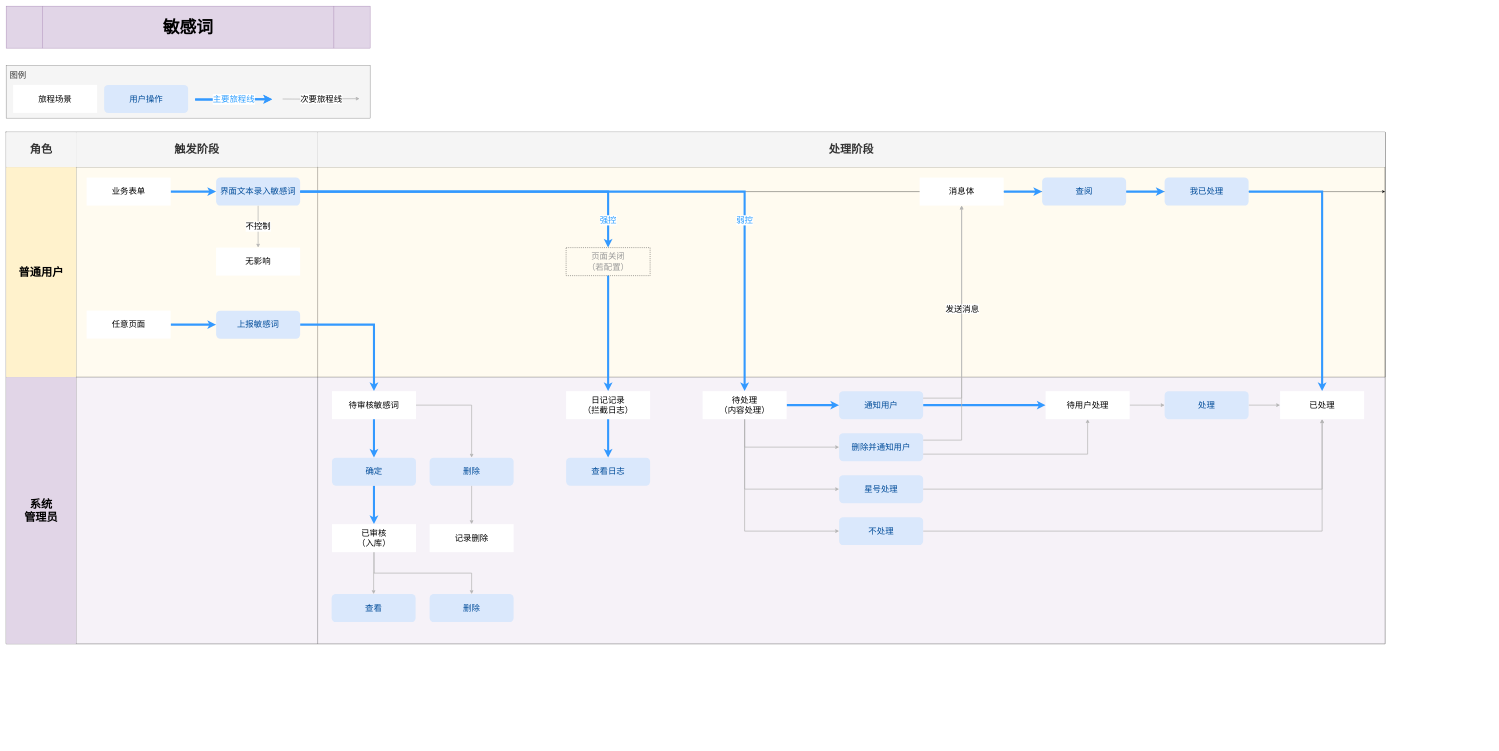
Above: 敏感词.drawio in ottopan/drawforme (draw.io), before the change. Source tidied: cells renumbered, new cells numbered last; positions are measured from the earlier drawing's top-left corner, leaving out a move shared by most shapes. Both pictures are drawn from the tidied source at 35%, with x=0, y=0 at pixel (6, 6).
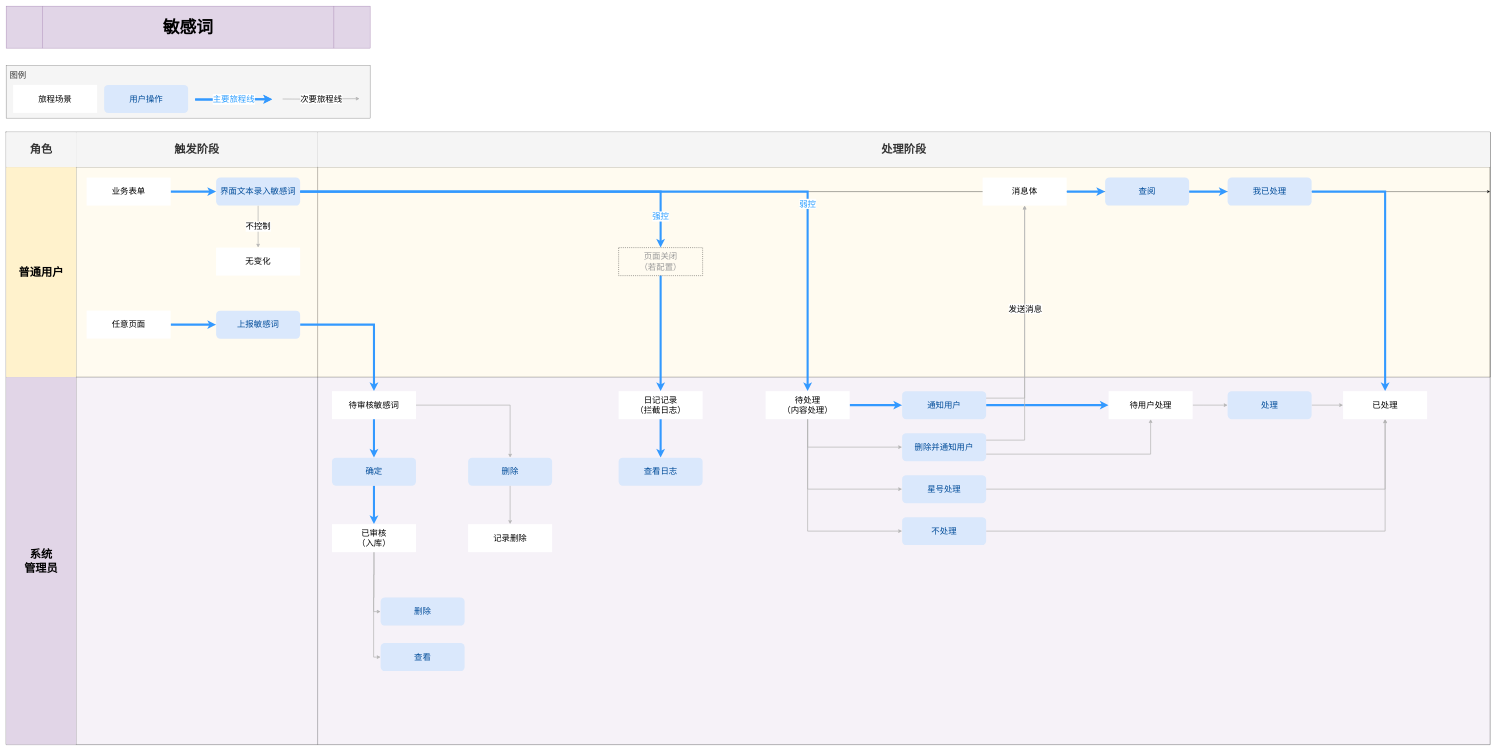
After the change.

Commit message (it also covers changes not shown here):
更新敏感词.drawio

Unchanged cells that the change refers to:
```xml
<mxCell id="43" value="已审核&lt;div&gt;（入库）&lt;/div&gt;" style="rounded=0;whiteSpace=wrap;html=1;fontSize=24;strokeColor=none;" parent="1" vertex="1">
  <mxGeometry x="931" y="1480" width="240" height="80" as="geometry" />
</mxCell>
```

What changed in the source:
```diff
@@
     <mxCell id="8" style="shape=table;startSize=0;childLayout=tableLayout;fontSize=16;" parent="1" vertex="1">
-      <mxGeometry y="360" width="3940" height="1462" as="geometry" />
+      <mxGeometry y="360" width="4240" height="1750" as="geometry" />
     </mxCell>
     <mxCell id="9" style="shape=tableRow;horizontal=0;startSize=0;swimlaneHead=0;swimlaneBody=0;strokeColor=inherit;top=0;left=0;bottom=0;right=0;fillColor=none;fontSize=16;" parent="8" vertex="1">
-      <mxGeometry width="3940" height="100" as="geometry" />
+      <mxGeometry width="4240" height="100" as="geometry" />
     </mxCell>
@@
     <mxCell id="12" value="处理阶段" style="shape=partialRectangle;html=1;whiteSpace=wrap;strokeColor=#666666;overflow=hidden;fillColor=#f5f5f5;top=0;left=0;bottom=0;right=0;fontSize=32;fontStyle=1;fontColor=#333333;" parent="9" vertex="1">
-      <mxGeometry x="890" width="3050" height="100" as="geometry" />
+      <mxGeometry x="890" width="3350" height="100" as="geometry" />
     </mxCell>
     <mxCell id="13" style="shape=tableRow;horizontal=0;startSize=0;swimlaneHead=0;swimlaneBody=0;strokeColor=inherit;top=0;left=0;bottom=0;right=0;fillColor=none;fontSize=16;" parent="8" vertex="1">
-      <mxGeometry y="100" width="3940" height="600" as="geometry" />
+      <mxGeometry y="100" width="4240" height="600" as="geometry" />
     </mxCell>
@@
     <mxCell id="16" style="shape=partialRectangle;html=1;whiteSpace=wrap;strokeColor=#d6b656;overflow=hidden;fillColor=#fff2cc;top=0;left=0;bottom=0;right=0;fontSize=16;fillStyle=auto;fillOpacity=30;" parent="13" vertex="1">
-      <mxGeometry x="890" width="3050" height="600" as="geometry" />
+      <mxGeometry x="890" width="3350" height="600" as="geometry" />
     </mxCell>
     <mxCell id="17" style="whiteSpace=wrap;html=1;fontSize=24;fillColor=#dae8fc;strokeColor=none;fontColor=#004C99;rounded=1;" parent="13" vertex="1">
-      <mxGeometry x="3940" height="600" as="geometry" />
+      <mxGeometry x="4240" height="600" as="geometry" />
     </mxCell>
     <mxCell id="18" style="shape=tableRow;horizontal=0;startSize=0;swimlaneHead=0;swimlaneBody=0;strokeColor=inherit;top=0;left=0;bottom=0;right=0;fillColor=none;fontSize=16;" parent="8" vertex="1">
-      <mxGeometry y="700" width="3940" height="762" as="geometry" />
+      <mxGeometry y="700" width="4240" height="1050" as="geometry" />
     </mxCell>
     <mxCell id="19" value="系统&lt;div&gt;管理员&lt;/div&gt;" style="shape=partialRectangle;html=1;whiteSpace=wrap;strokeColor=#9673a6;overflow=hidden;fillColor=#e1d5e7;top=0;left=0;bottom=0;right=0;fontSize=32;fontStyle=1;" parent="18" vertex="1">
-      <mxGeometry width="200" height="762" as="geometry" />
+      <mxGeometry width="200" height="1050" as="geometry" />
     </mxCell>
     <mxCell id="20" style="shape=partialRectangle;html=1;whiteSpace=wrap;strokeColor=#9673a6;overflow=hidden;fillColor=#e1d5e7;top=0;left=0;bottom=0;right=0;fontSize=16;fillOpacity=30;" parent="18" vertex="1">
-      <mxGeometry x="200" width="690" height="762" as="geometry" />
+      <mxGeometry x="200" width="690" height="1050" as="geometry" />
     </mxCell>
     <mxCell id="21" style="shape=partialRectangle;html=1;whiteSpace=wrap;strokeColor=#9673a6;overflow=hidden;fillColor=#e1d5e7;top=0;left=0;bottom=0;right=0;fontSize=16;fillOpacity=30;" parent="18" vertex="1">
-      <mxGeometry x="890" width="3050" height="762" as="geometry" />
+      <mxGeometry x="890" width="3350" height="1050" as="geometry" />
     </mxCell>
@@
     <mxCell id="30" value="日记记录&lt;div&gt;（拦截日志）&lt;/div&gt;" style="rounded=0;whiteSpace=wrap;html=1;fontSize=24;strokeColor=none;align=center;verticalAlign=middle;fontFamily=Helvetica;fontColor=default;fillColor=default;" parent="1" vertex="1">
-      <mxGeometry x="1600" y="1100" width="240" height="80" as="geometry" />
+      <mxGeometry x="1750" y="1100" width="240" height="80" as="geometry" />
     </mxCell>
     <mxCell id="31" value="查看日志" style="rounded=1;whiteSpace=wrap;html=1;fontSize=24;strokeColor=none;align=center;verticalAlign=middle;fontFamily=Helvetica;fontColor=#004C99;fillColor=#dae8fc;" parent="1" vertex="1">
-      <mxGeometry x="1600" y="1290" width="240" height="80" as="geometry" />
+      <mxGeometry x="1750" y="1290" width="240" height="80" as="geometry" />
     </mxCell>
@@
-    <mxCell id="41" style="edgeStyle=orthogonalEdgeStyle;shape=connector;rounded=0;jettySize=auto;html=1;strokeColor=#B3B3B3;strokeWidth=2;align=center;verticalAlign=middle;fontFamily=Helvetica;fontSize=24;fontColor=default;labelBackgroundColor=default;startFill=1;endArrow=classic;endFill=1;" parent="1" edge="1" source="43" target="47">
+    <mxCell id="41" style="edgeStyle=orthogonalEdgeStyle;shape=connector;rounded=0;jettySize=auto;html=1;strokeColor=#B3B3B3;strokeWidth=2;align=center;verticalAlign=middle;fontFamily=Helvetica;fontSize=24;fontColor=default;labelBackgroundColor=default;startFill=1;endArrow=classic;endFill=1;entryX=0;entryY=0.5;entryDx=0;entryDy=0;" parent="1" edge="1" source="43" target="47">
       <mxGeometry relative="1" as="geometry" />
     </mxCell>
-    <mxCell id="42" style="edgeStyle=orthogonalEdgeStyle;shape=connector;rounded=0;jettySize=auto;html=1;entryX=0.5;entryY=0;entryDx=0;entryDy=0;strokeColor=#B3B3B3;strokeWidth=2;align=center;verticalAlign=middle;fontFamily=Helvetica;fontSize=24;fontColor=default;labelBackgroundColor=default;startFill=1;endArrow=classic;endFill=1;exitX=0.5;exitY=1;exitDx=0;exitDy=0;" parent="1" edge="1" source="43" target="48">
+    <mxCell id="42" style="edgeStyle=orthogonalEdgeStyle;shape=connector;rounded=0;jettySize=auto;html=1;entryX=0;entryY=0.5;entryDx=0;entryDy=0;strokeColor=#B3B3B3;strokeWidth=2;align=center;verticalAlign=middle;fontFamily=Helvetica;fontSize=24;fontColor=default;labelBackgroundColor=default;startFill=1;endArrow=classic;endFill=1;exitX=0.5;exitY=1;exitDx=0;exitDy=0;" parent="1" edge="1" source="43" target="48">
       <mxGeometry relative="1" as="geometry" />
     </mxCell>
@@
     <mxCell id="45" value="删除" style="rounded=1;whiteSpace=wrap;html=1;fontSize=24;strokeColor=none;align=center;verticalAlign=middle;fontFamily=Helvetica;fontColor=#004C99;fillColor=#dae8fc;" parent="1" vertex="1">
-      <mxGeometry x="1210" y="1290" width="240" height="80" as="geometry" />
+      <mxGeometry x="1320" y="1290" width="240" height="80" as="geometry" />
     </mxCell>
     <mxCell id="46" value="记录删除" style="rounded=0;whiteSpace=wrap;html=1;fontSize=24;strokeColor=none;" parent="1" vertex="1">
-      <mxGeometry x="1210" y="1480" width="240" height="80" as="geometry" />
+      <mxGeometry x="1320" y="1480" width="240" height="80" as="geometry" />
     </mxCell>
     <mxCell id="47" value="查看" style="rounded=1;whiteSpace=wrap;html=1;fontSize=24;strokeColor=none;align=center;verticalAlign=middle;fontFamily=Helvetica;fontColor=#004C99;fillColor=#dae8fc;" parent="1" vertex="1">
-      <mxGeometry x="930" y="1680" width="240" height="80" as="geometry" />
+      <mxGeometry x="1070" y="1820" width="240" height="80" as="geometry" />
     </mxCell>
     <mxCell id="48" value="删除" style="rounded=1;whiteSpace=wrap;html=1;fontSize=24;strokeColor=none;align=center;verticalAlign=middle;fontFamily=Helvetica;fontColor=#004C99;fillColor=#dae8fc;" parent="1" vertex="1">
-      <mxGeometry x="1210" y="1680" width="240" height="80" as="geometry" />
+      <mxGeometry x="1070" y="1690" width="240" height="80" as="geometry" />
     </mxCell>
@@
     <mxCell id="53" value="待处理&lt;div&gt;（内容处理）&lt;/div&gt;" style="rounded=0;whiteSpace=wrap;html=1;fontSize=24;strokeColor=none;align=center;verticalAlign=middle;fontFamily=Helvetica;fontColor=default;fillColor=default;" parent="1" vertex="1">
-      <mxGeometry x="1990" y="1100" width="240" height="80" as="geometry" />
+      <mxGeometry x="2170" y="1100" width="240" height="80" as="geometry" />
     </mxCell>
@@
     <mxCell id="56" value="通知用户" style="rounded=1;whiteSpace=wrap;html=1;fontSize=24;strokeColor=none;align=center;verticalAlign=middle;fontFamily=Helvetica;fontColor=#004C99;fillColor=#dae8fc;" parent="1" vertex="1">
-      <mxGeometry x="2380" y="1100" width="240" height="80" as="geometry" />
+      <mxGeometry x="2560" y="1100" width="240" height="80" as="geometry" />
     </mxCell>
@@
     <mxCell id="61" value="删除并通知用户" style="rounded=1;whiteSpace=wrap;html=1;fontSize=24;strokeColor=none;align=center;verticalAlign=middle;fontFamily=Helvetica;fontColor=#004C99;fillColor=#dae8fc;" parent="1" vertex="1">
-      <mxGeometry x="2380" y="1220" width="240" height="80" as="geometry" />
+      <mxGeometry x="2560" y="1220" width="240" height="80" as="geometry" />
     </mxCell>
@@
     <mxCell id="63" value="不处理" style="rounded=1;whiteSpace=wrap;html=1;fontSize=24;strokeColor=none;align=center;verticalAlign=middle;fontFamily=Helvetica;fontColor=#004C99;fillColor=#dae8fc;" parent="1" vertex="1">
-      <mxGeometry x="2380" y="1460" width="240" height="80" as="geometry" />
+      <mxGeometry x="2560" y="1460" width="240" height="80" as="geometry" />
     </mxCell>
@@
     <mxCell id="65" value="星号处理" style="rounded=1;whiteSpace=wrap;html=1;fontSize=24;strokeColor=none;align=center;verticalAlign=middle;fontFamily=Helvetica;fontColor=#004C99;fillColor=#dae8fc;" parent="1" vertex="1">
-      <mxGeometry x="2380" y="1340" width="240" height="80" as="geometry" />
+      <mxGeometry x="2560" y="1340" width="240" height="80" as="geometry" />
     </mxCell>
@@
     <mxCell id="67" value="消息体" style="rounded=0;whiteSpace=wrap;html=1;fontSize=24;strokeColor=none;align=center;verticalAlign=middle;fontFamily=Helvetica;fontColor=default;fillColor=default;" parent="1" vertex="1">
-      <mxGeometry x="2610" y="490" width="240" height="80" as="geometry" />
+      <mxGeometry x="2790" y="490" width="240" height="80" as="geometry" />
     </mxCell>
@@
     <mxCell id="69" value="查阅" style="rounded=1;whiteSpace=wrap;html=1;fontSize=24;strokeColor=none;align=center;verticalAlign=middle;fontFamily=Helvetica;fontColor=#004C99;fillColor=#dae8fc;" parent="1" vertex="1">
-      <mxGeometry x="2960" y="490" width="240" height="80" as="geometry" />
+      <mxGeometry x="3140" y="490" width="240" height="80" as="geometry" />
     </mxCell>
@@
     <mxCell id="71" value="我已处理" style="rounded=1;whiteSpace=wrap;html=1;fontSize=24;strokeColor=none;align=center;verticalAlign=middle;fontFamily=Helvetica;fontColor=#004C99;fillColor=#dae8fc;" parent="1" vertex="1">
-      <mxGeometry x="3310" y="490" width="240" height="80" as="geometry" />
+      <mxGeometry x="3490" y="490" width="240" height="80" as="geometry" />
     </mxCell>
     <mxCell id="72" style="edgeStyle=orthogonalEdgeStyle;shape=connector;rounded=0;jettySize=auto;html=1;strokeColor=#B3B3B3;strokeWidth=2;align=center;verticalAlign=middle;fontFamily=Helvetica;fontSize=24;fontColor=default;labelBackgroundColor=default;startFill=1;endArrow=classic;endFill=1;" parent="1" edge="1" source="73" target="76">
       <mxGeometry relative="1" as="geometry">
         <Array as="points">
-          <mxPoint x="3240" y="1140" />
-          <mxPoint x="3240" y="1140" />
+          <mxPoint x="3420" y="1140" />
+          <mxPoint x="3420" y="1140" />
         </Array>
       </mxGeometry>
     </mxCell>
     <mxCell id="73" value="待用户处理" style="rounded=0;whiteSpace=wrap;html=1;fontSize=24;strokeColor=none;align=center;verticalAlign=middle;fontFamily=Helvetica;fontColor=default;fillColor=default;" parent="1" vertex="1">
-      <mxGeometry x="2970" y="1100" width="240" height="80" as="geometry" />
+      <mxGeometry x="3150" y="1100" width="240" height="80" as="geometry" />
     </mxCell>
     <mxCell id="74" value="已处理" style="rounded=0;whiteSpace=wrap;html=1;fontSize=24;strokeColor=none;align=center;verticalAlign=middle;fontFamily=Helvetica;fontColor=default;fillColor=default;" parent="1" vertex="1">
-      <mxGeometry x="3640" y="1100" width="240" height="80" as="geometry" />
+      <mxGeometry x="3820" y="1100" width="240" height="80" as="geometry" />
     </mxCell>
@@
     <mxCell id="76" value="处理" style="rounded=1;whiteSpace=wrap;html=1;fontSize=24;strokeColor=none;align=center;verticalAlign=middle;fontFamily=Helvetica;fontColor=#004C99;fillColor=#dae8fc;" parent="1" vertex="1">
-      <mxGeometry x="3310" y="1100" width="240" height="80" as="geometry" />
+      <mxGeometry x="3490" y="1100" width="240" height="80" as="geometry" />
     </mxCell>
-    <mxCell id="77" value="无影响" style="rounded=0;whiteSpace=wrap;html=1;fontSize=24;strokeColor=none;" parent="1" vertex="1">
+    <mxCell id="77" value="无变化" style="rounded=0;whiteSpace=wrap;html=1;fontSize=24;strokeColor=none;" parent="1" vertex="1">
       <mxGeometry x="600" y="690" width="240" height="80" as="geometry" />
     </mxCell>
@@
     <mxCell id="79" value="页面关闭&lt;div&gt;（若配置）&lt;/div&gt;" style="rounded=0;whiteSpace=wrap;html=1;fontSize=24;strokeColor=#000000;align=center;verticalAlign=middle;fontFamily=Helvetica;fontColor=#999999;fillColor=none;dashed=1;" parent="1" vertex="1">
-      <mxGeometry x="1600" y="690" width="240" height="80" as="geometry" />
+      <mxGeometry x="1750" y="690" width="240" height="80" as="geometry" />
     </mxCell>
```
